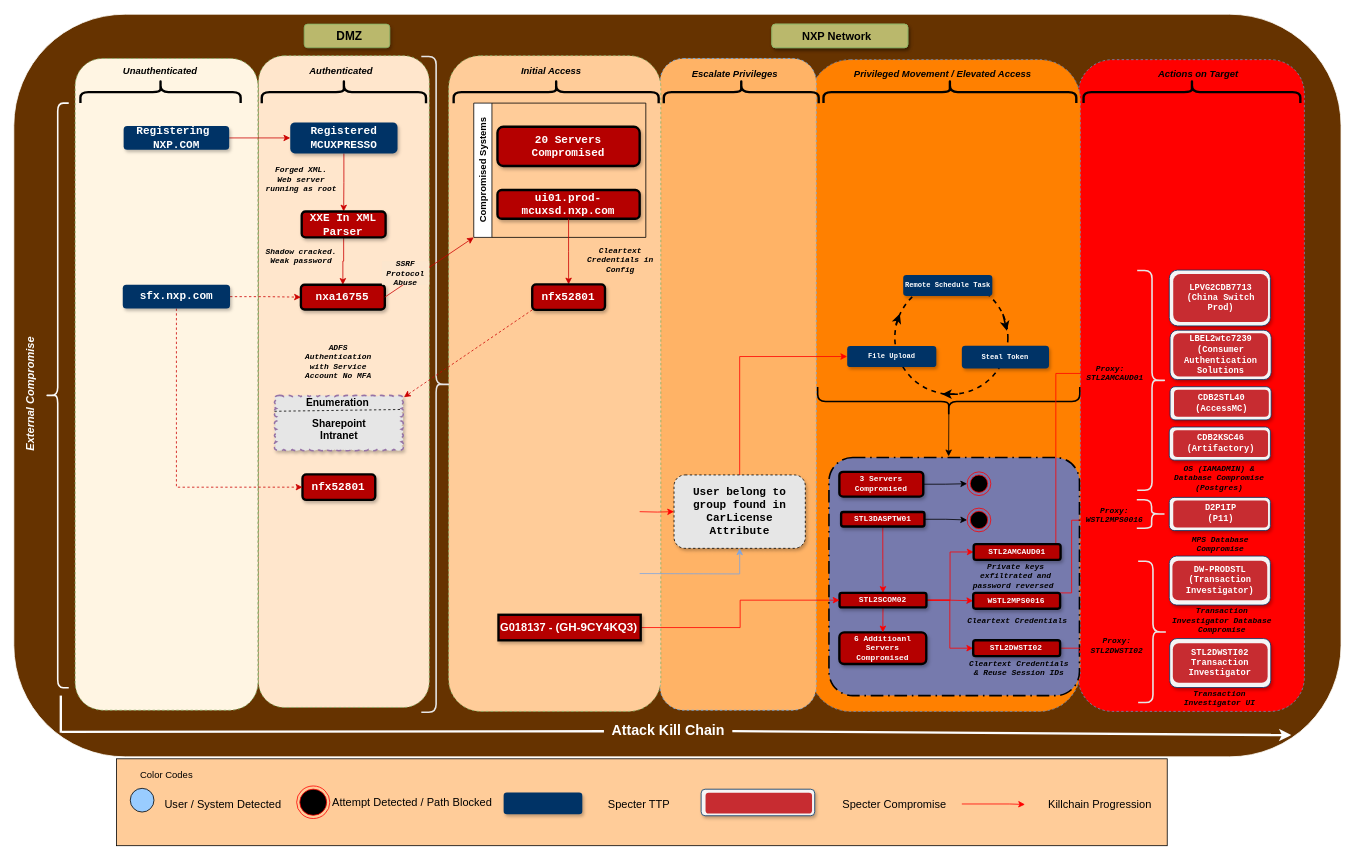
The draw.io diagram nxp.drawio in thodorian/test, before the edit. Source tidied: cells renumbered, new cells numbered last; positions are measured from the earlier drawing's top-left corner, leaving out a move shared by most shapes. Both pictures are drawn from the tidied source at 79%, with x=0, y=0 at pixel (-35, -36).
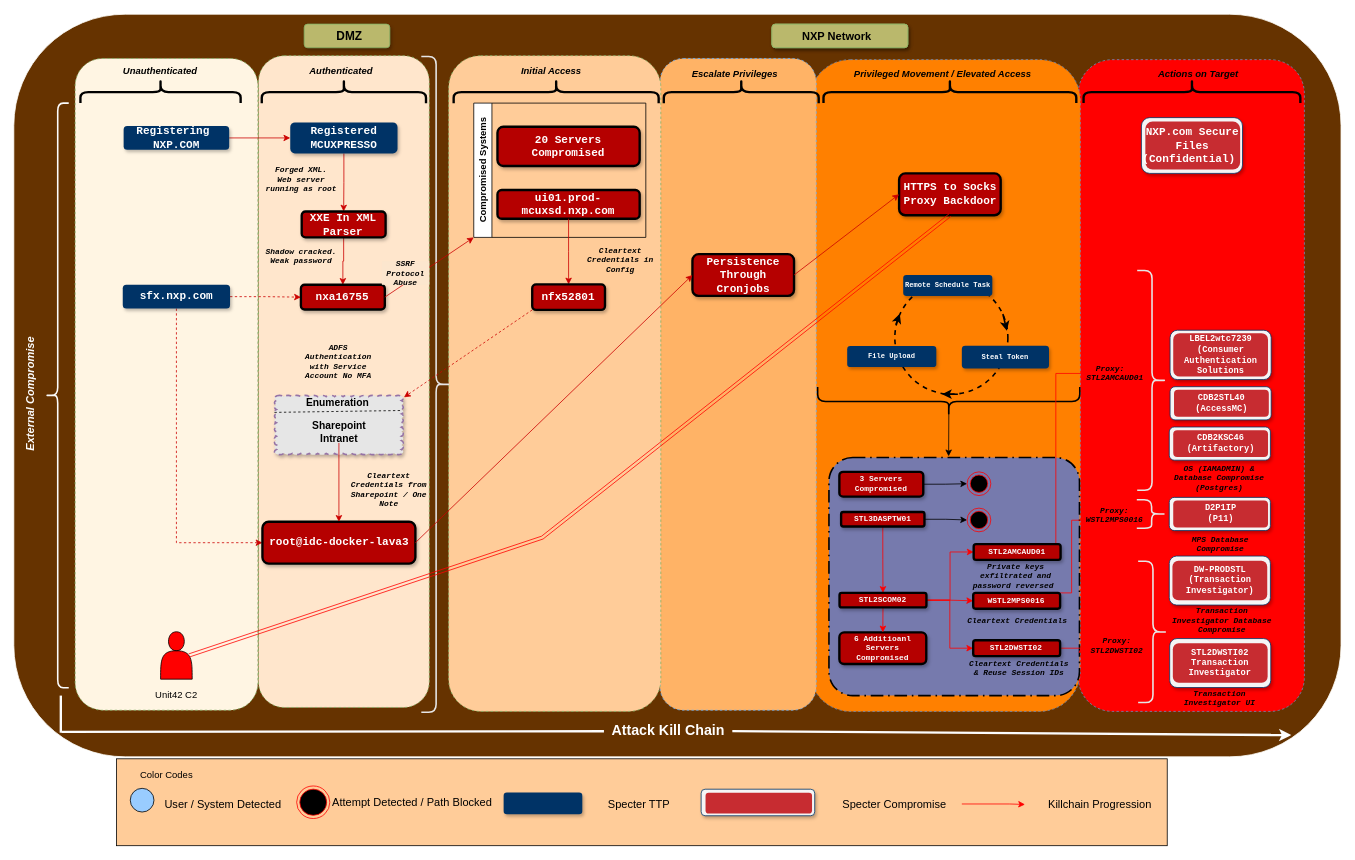
After the change.

Unchanged cells that the change refers to:
```xml
<mxCell id="46" value="&lt;b style=&quot;font-size: 9px;&quot;&gt;File Upload&lt;/b&gt;&lt;b style=&quot;font-size: 9px;&quot;&gt;&lt;br style=&quot;font-size: 9px;&quot;&gt;&lt;/b&gt;" style="rounded=1;whiteSpace=wrap;html=1;fillColor=#003366;strokeColor=none;glass=0;shadow=1;strokeWidth=3;perimeterSpacing=0;gradientColor=none;fontFamily=Courier New;fontSize=9;fontStyle=0;fontColor=#FFFFFF;" parent="1" vertex="1">
  <mxGeometry x="1115.9" y="482.5" width="112.8" height="26.6" as="geometry" />
</mxCell>
<mxCell id="63" value="&lt;font color=&quot;#fcfcfc&quot;&gt;STL2SCOM02&lt;/font&gt;" style="rounded=1;whiteSpace=wrap;html=1;glass=0;shadow=1;strokeWidth=3;perimeterSpacing=0;fontFamily=Courier New;fontSize=10;fontStyle=1;fillColor=#B50000;" parent="1" vertex="1">
  <mxGeometry x="1106.2" y="795" width="110" height="18.4" as="geometry" />
</mxCell>
```

Diff of the diagram source:
```diff
@@
     <mxCell id="36" style="group;" parent="1" vertex="1">
-      <mxGeometry x="390" y="545" width="164" height="140" as="geometry" />
+      <mxGeometry x="390" y="545" width="230" height="160" as="geometry" />
     </mxCell>
     <mxCell id="37" style="whiteSpace=wrap;html=1;shape=mxgraph.basic.cloud_rect;shadow=1;dashed=1;strokeWidth=2;fontSize=11;align=left;labelBackgroundColor=#ffffff;fillStyle=auto;fillColor=#E6E6E6;strokeColor=#9673a6;" parent="36" vertex="1">
-      <mxGeometry x="0.9" width="163.1" height="70" as="geometry" />
+      <mxGeometry x="0.9" width="163.1" height="75" as="geometry" />
     </mxCell>
     <mxCell id="38" value="Enumeration" style="text;html=1;strokeColor=none;fillColor=none;align=center;verticalAlign=middle;whiteSpace=wrap;rounded=0;shadow=1;dashed=1;fontSize=13;fontColor=#000000;fontStyle=1;" parent="36" vertex="1">
-      <mxGeometry x="60.5" width="40" height="17.5" as="geometry" />
+      <mxGeometry x="60.5" width="40" height="18.7" as="geometry" />
     </mxCell>
     <mxCell id="39" style="endArrow=none;dashed=1;html=1;fontSize=11;fontColor=#949494;entryX=0.98;entryY=0.255;entryDx=0;entryDy=0;entryPerimeter=0;exitX=0.016;exitY=0.156;exitDx=0;exitDy=0;exitPerimeter=0;" parent="36" edge="1" target="37">
       <mxGeometry relative="1" as="geometry">
-        <mxPoint x="0.9" y="20.1" as="sourcePoint" />
+        <mxPoint x="0.9" y="21.5" as="sourcePoint" />
       </mxGeometry>
     </mxCell>
     <mxCell id="40" value="Sharepoint Intranet" style="text;html=1;strokeColor=none;fillColor=none;align=center;verticalAlign=middle;whiteSpace=wrap;rounded=0;fontSize=13;fontStyle=1;" parent="36" vertex="1">
-      <mxGeometry x="52.5" y="30" width="60" height="26.2" as="geometry" />
+      <mxGeometry x="52.5" y="32.1" width="60" height="28.1" as="geometry" />
     </mxCell>
-    <mxCell id="41" value="&lt;p style=&quot;margin: 0in;&quot;&gt;&lt;font face=&quot;Courier New&quot; style=&quot;&quot; color=&quot;#ffffff&quot;&gt;&lt;span style=&quot;font-size: 14px;&quot;&gt;nfx52801&lt;/span&gt;&lt;/font&gt;&lt;/p&gt;" style="rounded=1;whiteSpace=wrap;html=1;glass=0;shadow=1;strokeWidth=3;perimeterSpacing=0;fontFamily=Courier New;fontSize=10;fontStyle=1;fillColor=#B50000;align=center;" parent="36" vertex="1">
-      <mxGeometry x="36.4" y="100" width="92.1" height="32.3" as="geometry" />
-    </mxCell>
-    <mxCell id="42" style="edgeStyle=orthogonalEdgeStyle;rounded=0;jettySize=auto;html=1;exitX=0.5;exitY=0;exitDx=0;exitDy=0;entryX=0;entryY=0.5;entryDx=0;entryDy=0;strokeColor=#FF0000;" parent="1" edge="1" source="43" target="46">
-      <mxGeometry relative="1" as="geometry" />
-    </mxCell>
-    <mxCell id="43" value="&lt;font style=&quot;font-size: 14px;&quot;&gt;User belong to group found in CarLicense Attribute&lt;br&gt;&lt;/font&gt;" style="rounded=1;whiteSpace=wrap;html=1;fillColor=#E6E6E6;strokeColor=#000000;glass=0;shadow=1;strokeWidth=1;perimeterSpacing=0;gradientColor=none;fontFamily=Courier New;fontSize=10;fontStyle=1;fontColor=#000000;dashed=1;" parent="1" vertex="1">
-      <mxGeometry x="896.7" y="645.7" width="166.2" height="92.9" as="geometry" />
-    </mxCell>
@@
     <mxCell id="69" style="group;" parent="1" vertex="1">
-      <mxGeometry x="1523.6" y="405" width="128" height="52" as="geometry" />
+      <mxGeometry x="1488.3" y="212" width="128" height="52" as="geometry" />
     </mxCell>
@@
-    <mxCell id="71" value="LPVG2CDB7713&lt;br&gt;(China Switch Prod)" style="rounded=1;whiteSpace=wrap;html=1;fillColor=#C72C31;strokeColor=none;glass=0;shadow=0;strokeWidth=3;perimeterSpacing=0;gradientColor=none;fontFamily=Courier New;fontSize=11;fontStyle=1;fontColor=#FFFFFF;" parent="69" vertex="1">
+    <mxCell id="71" value="&lt;font style=&quot;font-size: 14px;&quot;&gt;NXP.com Secure Files (Confidential)&amp;nbsp;&lt;/font&gt;" style="rounded=1;whiteSpace=wrap;html=1;fillColor=#C72C31;strokeColor=none;glass=0;shadow=0;strokeWidth=3;perimeterSpacing=0;gradientColor=none;fontFamily=Courier New;fontSize=11;fontStyle=1;fontColor=#FFFFFF;" parent="69" vertex="1">
       <mxGeometry x="5" y="-13.6" width="120" height="60.7" as="geometry" />
     </mxCell>
@@
-    <mxCell id="82" style="edgeStyle=orthogonalEdgeStyle;rounded=0;jettySize=auto;html=1;exitX=1;exitY=0.5;exitDx=0;exitDy=0;entryX=0;entryY=0.5;entryDx=0;entryDy=0;strokeColor=#FF0000;" parent="1" edge="1" target="43">
-      <mxGeometry relative="1" as="geometry">
-        <mxPoint x="853.2" y="692.2" as="sourcePoint" />
-      </mxGeometry>
-    </mxCell>
-    <mxCell id="83" style="edgeStyle=orthogonalEdgeStyle;rounded=0;jettySize=auto;html=1;exitX=1;exitY=0.5;exitDx=0;exitDy=0;entryX=0.5;entryY=1;entryDx=0;entryDy=0;strokeColor=#7EA6E0;" parent="1" edge="1" target="43">
-      <mxGeometry relative="1" as="geometry">
-        <mxPoint x="853.2" y="770.5" as="sourcePoint" />
-      </mxGeometry>
-    </mxCell>
@@
-    <mxCell id="124" style="edgeStyle=orthogonalEdgeStyle;rounded=0;jettySize=auto;html=1;exitX=1;exitY=0.5;exitDx=0;exitDy=0;entryX=0;entryY=0.5;entryDx=0;entryDy=0;strokeColor=#FF0000;" parent="1" edge="1" source="125" target="63">
-      <mxGeometry relative="1" as="geometry" />
-    </mxCell>
-    <mxCell id="125" value="&lt;p style=&quot;margin: 0in; font-family: Calibri; font-size: 11pt;&quot;&gt;&lt;font color=&quot;#ffffff&quot; style=&quot;font-size: 14px;&quot;&gt;G018137 -&amp;nbsp;&lt;/font&gt;&lt;span style=&quot;color: rgb(255, 255, 255); background-color: initial; font-size: 11pt;&quot;&gt;(GH-9CY4KQ3)&lt;/span&gt;&lt;/p&gt;" style="rounded=0;whiteSpace=wrap;html=1;glass=0;shadow=1;strokeWidth=3;perimeterSpacing=0;fontFamily=Courier New;fontSize=10;fontStyle=1;fillColor=#B50000;align=left;" parent="1" vertex="1">
-      <mxGeometry x="674.5" y="822.7" width="180" height="32.3" as="geometry" />
-    </mxCell>
@@
+    <mxCell id="149" value="&lt;b&gt;Cleartext Credentials from Sharepoint / One Note&lt;/b&gt;" style="text;html=1;align=center;verticalAlign=middle;whiteSpace=wrap;shadow=1;glass=0;comic=0;labelBackgroundColor=none;fontFamily=Courier New;fontSize=10;rotation=0;fontStyle=2;fontColor=#000000;" parent="1" vertex="1">
+      <mxGeometry x="485.3" y="646.4" width="101.6" height="36.4" as="geometry" />
+    </mxCell>
+    <mxCell id="41" value="&lt;p style=&quot;margin: 0in;&quot;&gt;&lt;font face=&quot;Courier New&quot; style=&quot;&quot; color=&quot;#ffffff&quot;&gt;&lt;span style=&quot;font-size: 14px;&quot;&gt;root@&lt;/span&gt;&lt;/font&gt;&lt;span style=&quot;background-color: initial; font-size: 14px;&quot;&gt;&lt;font color=&quot;#ffffff&quot;&gt;idc-docker-lava3&lt;/font&gt;&lt;/span&gt;&lt;/p&gt;" style="rounded=1;whiteSpace=wrap;html=1;glass=0;shadow=1;strokeWidth=3;perimeterSpacing=0;fontFamily=Courier New;fontSize=10;fontStyle=1;fillColor=#B50000;align=center;" parent="1" vertex="1">
+      <mxGeometry x="375.7" y="705" width="193.6" height="52.9" as="geometry" />
+    </mxCell>
+    <mxCell id="150" style="edgeStyle=orthogonalEdgeStyle;rounded=0;jettySize=auto;html=1;entryX=0.5;entryY=0;entryDx=0;entryDy=0;strokeColor=#CC0000;" parent="1" edge="1" source="40" target="41">
+      <mxGeometry relative="1" as="geometry" />
+    </mxCell>
+    <mxCell id="151" value="&lt;p style=&quot;margin: 0in;&quot;&gt;&lt;font color=&quot;#ffffff&quot;&gt;&lt;span style=&quot;font-size: 14px;&quot;&gt;Persistence Through Cronjobs&lt;/span&gt;&lt;/font&gt;&lt;/p&gt;" style="rounded=1;whiteSpace=wrap;html=1;glass=0;shadow=1;strokeWidth=3;perimeterSpacing=0;fontFamily=Courier New;fontSize=10;fontStyle=1;fillColor=#B50000;align=center;" parent="1" vertex="1">
+      <mxGeometry x="920" y="366.2" width="128.6" height="52.9" as="geometry" />
+    </mxCell>
+    <mxCell id="152" style="endArrow=classic;html=1;rounded=0;entryX=0;entryY=0.5;entryDx=0;entryDy=0;strokeColor=#CC0000;exitX=1;exitY=0.5;exitDx=0;exitDy=0;" parent="1" edge="1" source="41" target="151">
+      <mxGeometry relative="1" as="geometry" />
+    </mxCell>
+    <mxCell id="153" value="&lt;p style=&quot;margin: 0in;&quot;&gt;&lt;font color=&quot;#ffffff&quot;&gt;&lt;span style=&quot;font-size: 14px;&quot;&gt;HTTPS to Socks Proxy Backdoor&lt;/span&gt;&lt;/font&gt;&lt;/p&gt;" style="rounded=1;whiteSpace=wrap;html=1;glass=0;shadow=1;strokeWidth=3;perimeterSpacing=0;fontFamily=Courier New;fontSize=10;fontStyle=1;fillColor=#B50000;align=center;" parent="1" vertex="1">
+      <mxGeometry x="1181.6" y="264" width="128.6" height="52.9" as="geometry" />
+    </mxCell>
+    <mxCell id="154" style="endArrow=classic;html=1;rounded=0;entryX=0;entryY=0.5;entryDx=0;entryDy=0;strokeColor=#CC0000;exitX=1;exitY=0.5;exitDx=0;exitDy=0;" parent="1" edge="1" source="151" target="153">
+      <mxGeometry relative="1" as="geometry" />
+    </mxCell>
+    <mxCell id="155" style="shape=actor;whiteSpace=wrap;html=1;fillColor=#FF0000;" parent="1" vertex="1">
+      <mxGeometry x="246.8" y="844.2" width="40" height="60" as="geometry" />
+    </mxCell>
+    <mxCell id="156" style="endArrow=classic;startArrow=classic;html=1;rounded=0;strokeWidth=1;entryX=0.5;entryY=1;entryDx=0;entryDy=0;shape=link;strokeColor=#FF0000;exitX=0.9;exitY=0.5;exitDx=0;exitDy=0;exitPerimeter=0;" parent="1" edge="1" source="155" target="153">
+      <mxGeometry relative="1" as="geometry">
+        <Array as="points">
+          <mxPoint x="730" y="725" />
+        </Array>
+      </mxGeometry>
+    </mxCell>
+    <mxCell id="157" value="Unit42 C2" style="text;html=1;align=center;verticalAlign=middle;whiteSpace=wrap;rounded=0;" parent="1" vertex="1">
+      <mxGeometry x="236.8" y="910" width="60" height="30" as="geometry" />
+    </mxCell>
```
